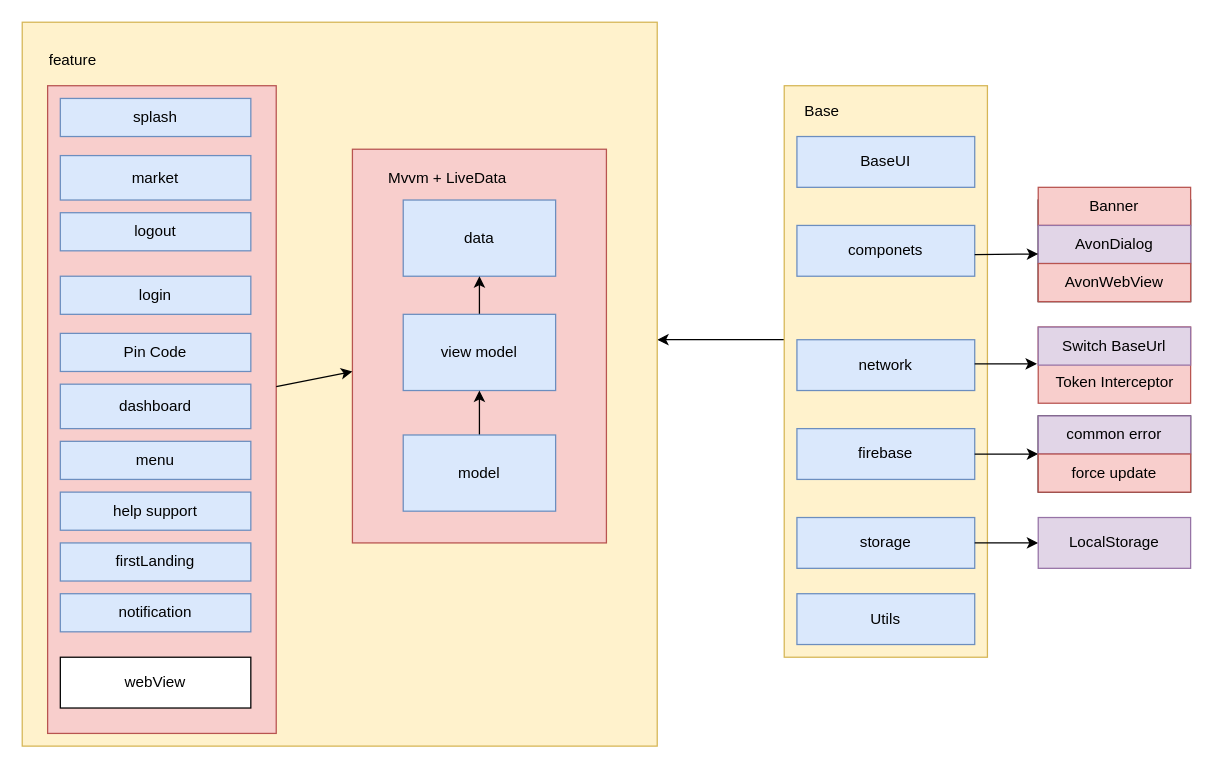
Above: Untitled Diagram.drawio in xiaoyuncanghai/note (draw.io), before the change. Source tidied: cells renumbered, new cells numbered last; positions are measured from the earlier drawing's top-left corner, leaving out a move shared by most shapes. Both pictures are drawn from the tidied source at 127%, with x=0, y=0 at pixel (22, 22).
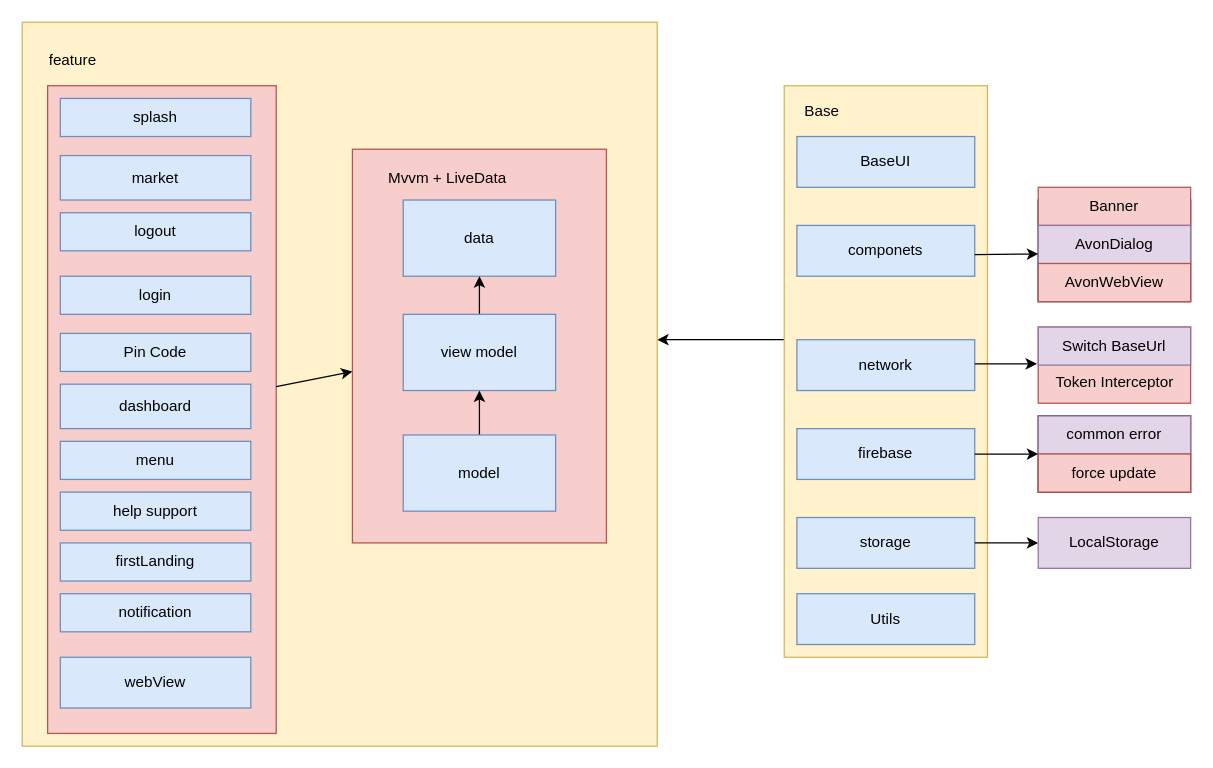
After the change.

What changed in the source:
```diff
@@
-    <mxCell id="48" value="webView" style="rounded=0;whiteSpace=wrap;html=1;" parent="1" vertex="1">
+    <mxCell id="48" value="webView" style="rounded=0;whiteSpace=wrap;html=1;fillColor=#dae8fc;strokeColor=#6c8ebf;" parent="1" vertex="1">
       <mxGeometry x="30" y="500" width="150" height="40" as="geometry" />
     </mxCell>
```
